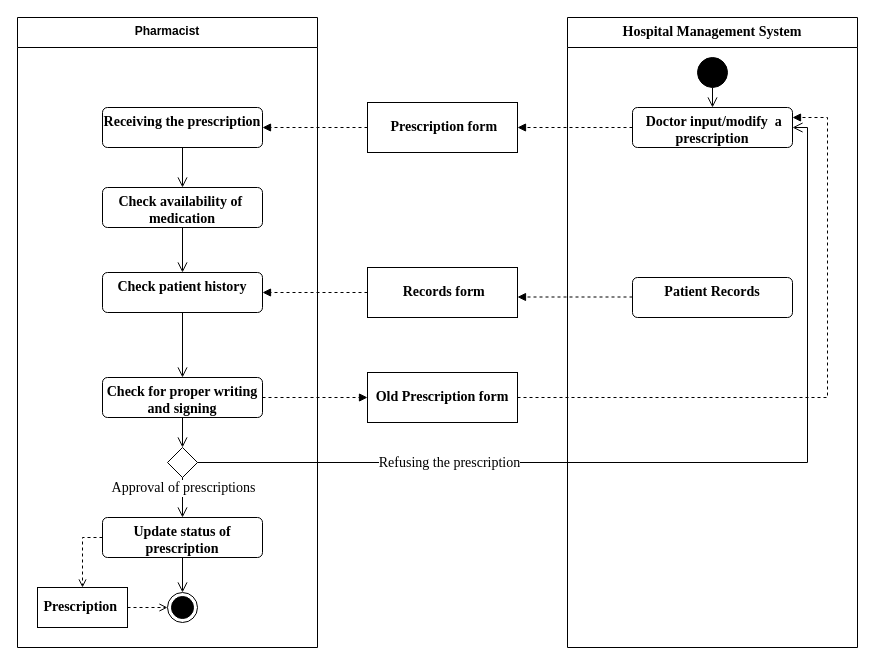
This is Activity Diagram.drawio from FOMOKN/Software-Engineering, a draw.io file, before an edit. Source tidied: cells renumbered, new cells numbered last; positions are measured from the earlier drawing's top-left corner, leaving out a move shared by most shapes. Both pictures are drawn from the tidied source at 100%, with x=0, y=0 at pixel (17, 17).
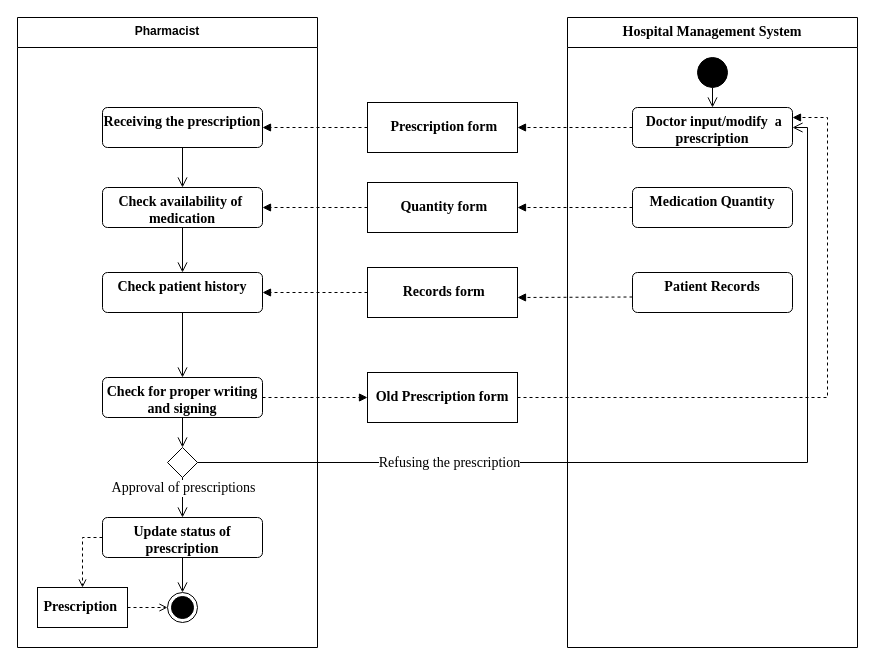
Above is the later version.

Unchanged cells that the change refers to:
```xml
<mxCell id="3" value="Check availability of&amp;nbsp; medication" style="html=1;align=center;verticalAlign=top;rounded=1;absoluteArcSize=1;arcSize=10;dashed=0;whiteSpace=wrap;fontFamily=Times New Roman;fontSize=14;fontStyle=1;" parent="1" vertex="1">
  <mxGeometry x="85" y="170" width="160" height="40" as="geometry" />
</mxCell>
<mxCell id="29" value="&lt;b style=&quot;border-color: var(--border-color); font-family: &amp;quot;Times New Roman&amp;quot;; font-size: 14px;&quot;&gt;Hospital Management System&lt;/b&gt;" style="swimlane;fontStyle=1;align=center;verticalAlign=top;horizontal=1;startSize=30;html=1;whiteSpace=wrap;" parent="1" vertex="1">
  <mxGeometry x="550" width="290" height="630" as="geometry" />
</mxCell>
```

What changed in the source:
```diff
@@
-    <mxCell id="30" style="html=1;verticalAlign=bottom;labelBackgroundColor=none;endArrow=block;endFill=1;dashed=1;rounded=0;entryX=1;entryY=0.5;entryDx=0;entryDy=0;exitX=0;exitY=0.5;exitDx=0;exitDy=0;" parent="29" edge="1">
+    <mxCell id="30" style="html=1;verticalAlign=bottom;labelBackgroundColor=none;endArrow=block;endFill=1;dashed=1;rounded=0;exitX=0;exitY=0.5;exitDx=0;exitDy=0;" parent="29" edge="1">
       <mxGeometry relative="1" as="geometry">
         <mxPoint x="65" y="279.5" as="sourcePoint" />
-        <mxPoint x="-50" y="279.5" as="targetPoint" />
+        <mxPoint x="-50" y="280" as="targetPoint" />
       </mxGeometry>
     </mxCell>
@@
     <mxCell id="33" value="Patient Records" style="html=1;align=center;verticalAlign=top;rounded=1;absoluteArcSize=1;arcSize=10;dashed=0;whiteSpace=wrap;fontFamily=Times New Roman;fontSize=14;fontStyle=1;" parent="1" vertex="1">
-      <mxGeometry x="615" y="260" width="160" height="40" as="geometry" />
+      <mxGeometry x="615" y="255" width="160" height="40" as="geometry" />
     </mxCell>
@@
+    <mxCell id="36" value="Medication Quantity" style="html=1;align=center;verticalAlign=top;rounded=1;absoluteArcSize=1;arcSize=10;dashed=0;whiteSpace=wrap;fontFamily=Times New Roman;fontSize=14;fontStyle=1;" parent="1" vertex="1">
+      <mxGeometry x="615" y="170" width="160" height="40" as="geometry" />
+    </mxCell>
+    <mxCell id="37" style="html=1;verticalAlign=bottom;labelBackgroundColor=none;endArrow=block;endFill=1;dashed=1;rounded=0;entryX=1;entryY=0.5;entryDx=0;entryDy=0;exitX=0;exitY=0.5;exitDx=0;exitDy=0;" parent="1" edge="1" source="36" target="38">
+      <mxGeometry relative="1" as="geometry" />
+    </mxCell>
+    <mxCell id="38" value="&lt;font style=&quot;font-size: 14px;&quot; face=&quot;Times New Roman&quot;&gt;&lt;b&gt;&amp;nbsp;Quantity form&lt;/b&gt;&lt;/font&gt;" style="html=1;align=center;verticalAlign=middle;rounded=0;absoluteArcSize=1;arcSize=10;dashed=0;whiteSpace=wrap;" parent="1" vertex="1">
+      <mxGeometry x="350" y="165" width="150" height="50" as="geometry" />
+    </mxCell>
+    <mxCell id="39" style="html=1;verticalAlign=bottom;labelBackgroundColor=none;endArrow=block;endFill=1;dashed=1;rounded=0;entryX=1;entryY=0.5;entryDx=0;entryDy=0;exitX=0;exitY=0.5;exitDx=0;exitDy=0;" parent="1" edge="1" source="38" target="3">
+      <mxGeometry relative="1" as="geometry" />
+    </mxCell>
```
